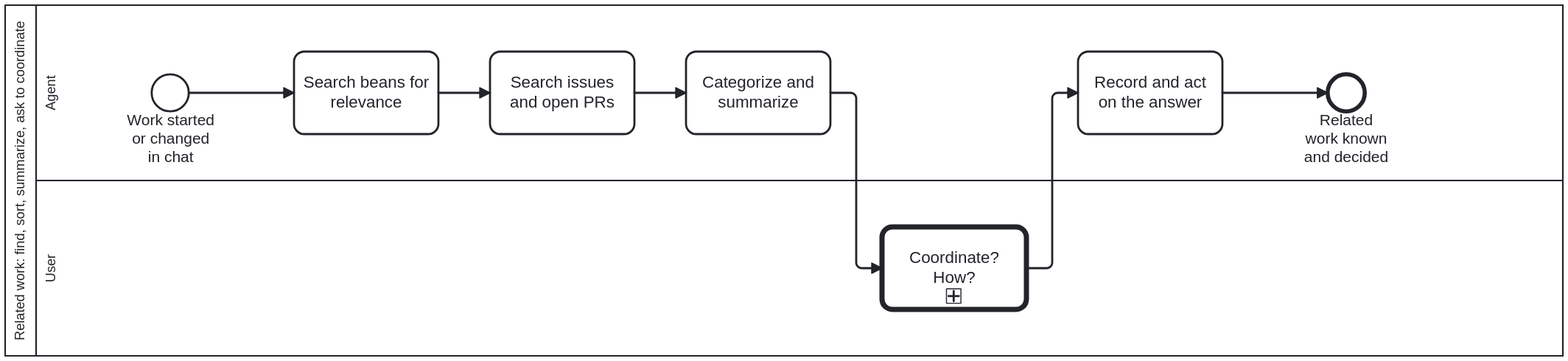
Above: docs/assets/img/workflows/related-work.svg in litlfred/cat-harness (BPMN), before the change. Its source is kept beside it as processes/sdlc/related-work.bpmn. Ids are renumbered.
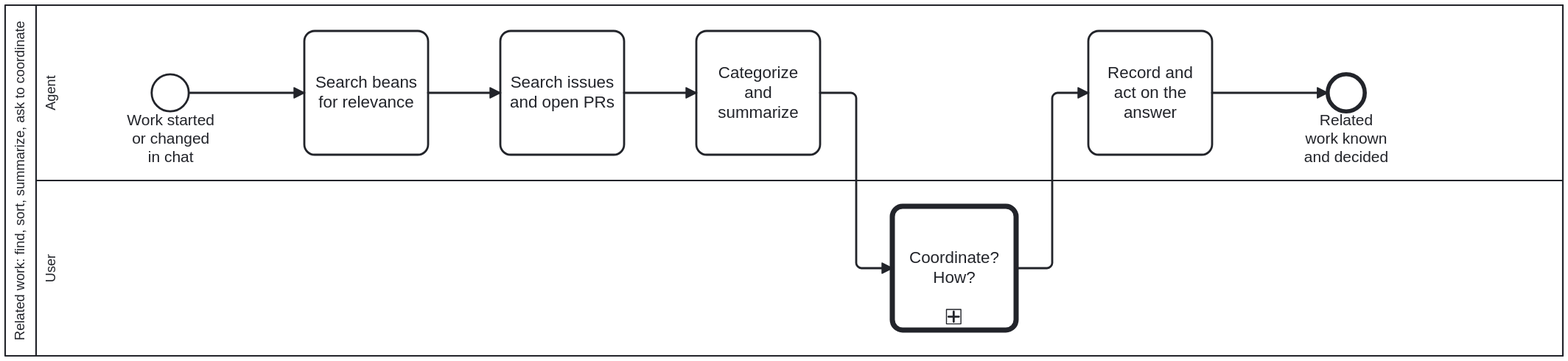
Above is the later version.

Diff of the diagram source:
```diff
@@ -75,49 +75,49 @@
         <dc:Bounds x="302" y="147" width="36" height="36" />
       </bpmndi:BPMNShape>
       <bpmndi:BPMNShape id="Shape_A_SearchBeans" bpmnElement="A_SearchBeans">
-        <dc:Bounds x="440" y="125" width="140" height="80" />
+        <dc:Bounds x="450" y="105" width="120" height="120" />
       </bpmndi:BPMNShape>
       <bpmndi:BPMNShape id="Shape_A_SearchIssues" bpmnElement="A_SearchIssues">
-        <dc:Bounds x="630" y="125" width="140" height="80" />
+        <dc:Bounds x="640" y="105" width="120" height="120" />
       </bpmndi:BPMNShape>
       <bpmndi:BPMNShape id="Shape_A_Categorize" bpmnElement="A_Categorize">
-        <dc:Bounds x="820" y="125" width="140" height="80" />
+        <dc:Bounds x="830" y="105" width="120" height="120" />
       </bpmndi:BPMNShape>
       <bpmndi:BPMNShape id="Shape_U_Coordinate" bpmnElement="U_Coordinate">
-        <dc:Bounds x="1010" y="295" width="140" height="80" />
+        <dc:Bounds x="1020" y="275" width="120" height="120" />
       </bpmndi:BPMNShape>
       <bpmndi:BPMNShape id="Shape_A_Record" bpmnElement="A_Record">
-        <dc:Bounds x="1200" y="125" width="140" height="80" />
+        <dc:Bounds x="1210" y="105" width="120" height="120" />
       </bpmndi:BPMNShape>
       <bpmndi:BPMNShape id="Shape_End_RW" bpmnElement="End_RW">
         <dc:Bounds x="1442" y="147" width="36" height="36" />
       </bpmndi:BPMNShape>
       <bpmndi:BPMNEdge id="Edge_SF_Process_RelatedWork_1" bpmnElement="SF_Process_RelatedWork_1">
         <di:waypoint x="338" y="165" />
-        <di:waypoint x="440" y="165" />
+        <di:waypoint x="450" y="165" />
       </bpmndi:BPMNEdge>
       <bpmndi:BPMNEdge id="Edge_SF_Process_RelatedWork_2" bpmnElement="SF_Process_RelatedWork_2">
-        <di:waypoint x="580" y="165" />
-        <di:waypoint x="630" y="165" />
+        <di:waypoint x="570" y="165" />
+        <di:waypoint x="640" y="165" />
       </bpmndi:BPMNEdge>
       <bpmndi:BPMNEdge id="Edge_SF_Process_RelatedWork_3" bpmnElement="SF_Process_RelatedWork_3">
-        <di:waypoint x="770" y="165" />
-        <di:waypoint x="820" y="165" />
+        <di:waypoint x="760" y="165" />
+        <di:waypoint x="830" y="165" />
       </bpmndi:BPMNEdge>
       <bpmndi:BPMNEdge id="Edge_SF_Process_RelatedWork_4" bpmnElement="SF_Process_RelatedWork_4">
-        <di:waypoint x="960" y="165" />
+        <di:waypoint x="950" y="165" />
         <di:waypoint x="985" y="165" />
         <di:waypoint x="985" y="335" />
-        <di:waypoint x="1010" y="335" />
+        <di:waypoint x="1020" y="335" />
       </bpmndi:BPMNEdge>
       <bpmndi:BPMNEdge id="Edge_SF_Process_RelatedWork_5" bpmnElement="SF_Process_RelatedWork_5">
-        <di:waypoint x="1150" y="335" />
+        <di:waypoint x="1140" y="335" />
         <di:waypoint x="1175" y="335" />
         <di:waypoint x="1175" y="165" />
-        <di:waypoint x="1200" y="165" />
+        <di:waypoint x="1210" y="165" />
       </bpmndi:BPMNEdge>
       <bpmndi:BPMNEdge id="Edge_SF_Process_RelatedWork_6" bpmnElement="SF_Process_RelatedWork_6">
-        <di:waypoint x="1340" y="165" />
+        <di:waypoint x="1330" y="165" />
         <di:waypoint x="1442" y="165" />
       </bpmndi:BPMNEdge>
     </bpmndi:BPMNPlane>
```
